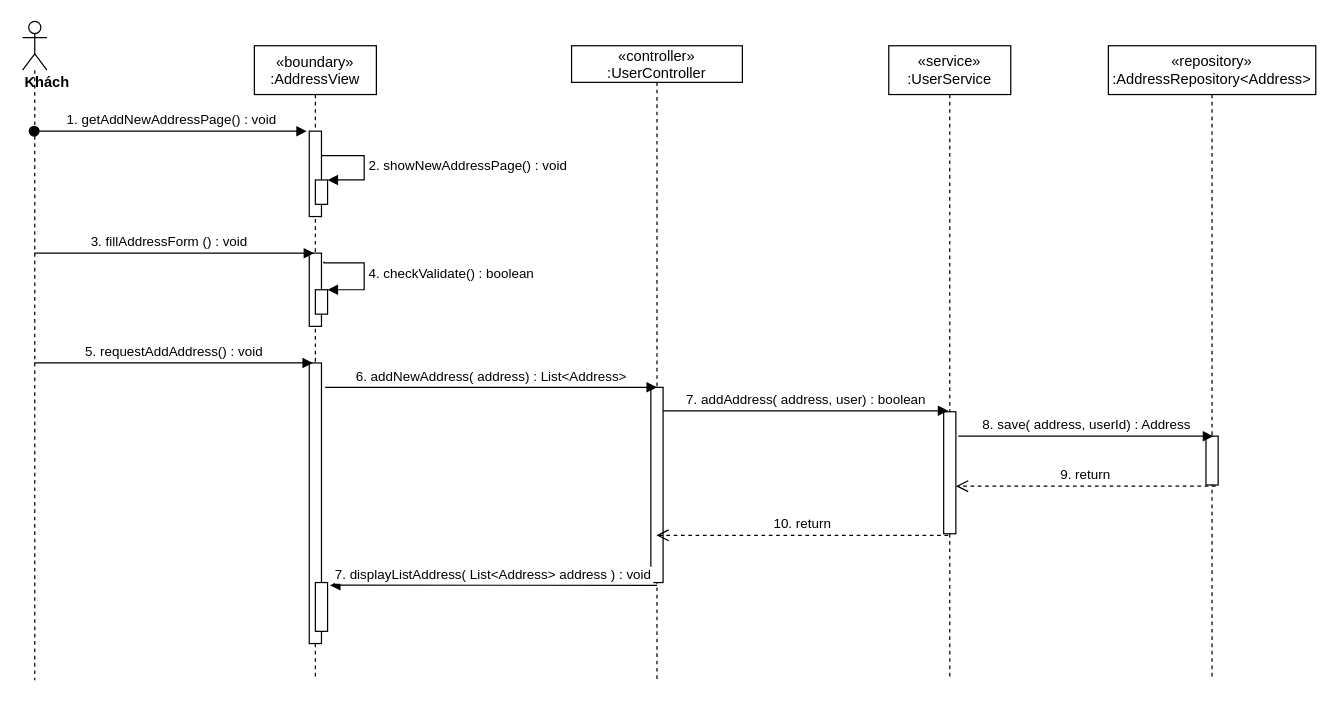
Earlier version of the draw.io diagram sequence diagram/add-new-address-sequence.drawio (nguyenphamvan/datn_20202). Source tidied: cells renumbered, new cells numbered last; positions are measured from the earlier drawing's top-left corner, leaving out a move shared by most shapes. Both pictures are drawn from the tidied source at 122%, with x=0, y=0 at pixel (22, 21).
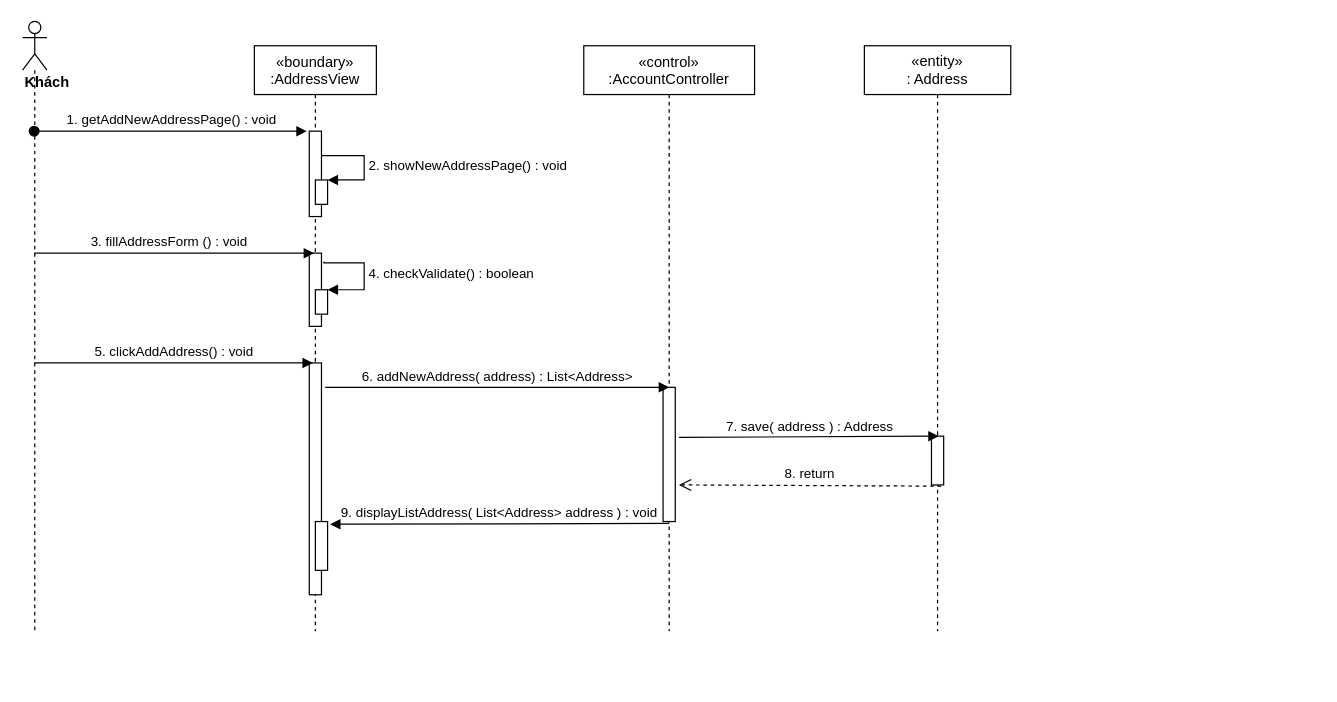
The same diagram, later.

The edit, as a diff of the source:
```diff
@@
     <mxCell id="2" value="«boundary»&#10;:AddressView" style="shape=umlLifeline;perimeter=lifelinePerimeter;rounded=0;shadow=0;strokeWidth=1;" parent="1" vertex="1">
-      <mxGeometry x="190" y="20" width="100" height="520" as="geometry" />
+      <mxGeometry x="190" y="20" width="100" height="480" as="geometry" />
     </mxCell>
@@
     <mxCell id="9" style="html=1;points=[];perimeter=orthogonalPerimeter;" parent="2" vertex="1">
-      <mxGeometry x="45" y="260" width="10" height="230" as="geometry" />
+      <mxGeometry x="45" y="260" width="10" height="190" as="geometry" />
     </mxCell>
     <mxCell id="10" style="html=1;points=[];perimeter=orthogonalPerimeter;" parent="2" vertex="1">
-      <mxGeometry x="50" y="440" width="10" height="40" as="geometry" />
+      <mxGeometry x="50" y="390" width="10" height="40" as="geometry" />
     </mxCell>
-    <mxCell id="11" value="«controller»&#10;:UserController" style="shape=umlLifeline;perimeter=lifelinePerimeter;rounded=0;shadow=0;strokeWidth=1;size=30;" parent="1" vertex="1">
-      <mxGeometry x="450" y="20" width="140" height="520" as="geometry" />
+    <mxCell id="11" value="«control»&#10;:AccountController" style="shape=umlLifeline;perimeter=lifelinePerimeter;rounded=0;shadow=0;strokeWidth=1;size=40;" parent="1" vertex="1">
+      <mxGeometry x="460" y="20" width="140" height="480" as="geometry" />
     </mxCell>
     <mxCell id="12" style="points=[];perimeter=orthogonalPerimeter;rounded=0;shadow=0;strokeWidth=1;" parent="11" vertex="1">
-      <mxGeometry x="65" y="280" width="10" height="160" as="geometry" />
+      <mxGeometry x="65" y="280" width="10" height="110" as="geometry" />
     </mxCell>
     <mxCell id="13" value="&lt;div&gt;&lt;b&gt;Khách&lt;/b&gt;&lt;/div&gt;" style="shape=umlLifeline;participant=umlActor;perimeter=lifelinePerimeter;whiteSpace=wrap;html=1;verticalAlign=top;spacingTop=36;outlineConnect=0;align=left;" parent="1" vertex="1">
-      <mxGeometry width="20" height="540" as="geometry" />
+      <mxGeometry width="20" height="500" as="geometry" />
     </mxCell>
-    <mxCell id="14" value="&lt;span&gt;«service»&lt;br&gt;&lt;/span&gt;:UserService" style="shape=umlLifeline;perimeter=lifelinePerimeter;whiteSpace=wrap;html=1;" parent="1" vertex="1">
-      <mxGeometry x="710" y="20" width="100" height="520" as="geometry" />
-    </mxCell>
-    <mxCell id="15" style="points=[];perimeter=orthogonalPerimeter;rounded=0;shadow=0;strokeWidth=1;" parent="14" vertex="1">
-      <mxGeometry x="45" y="300" width="10" height="100" as="geometry" />
-    </mxCell>
@@
-    <mxCell id="18" value="5. requestAddAddress() : void" style="html=1;verticalAlign=bottom;endArrow=block;entryX=0.3;entryY=0;entryDx=0;entryDy=0;entryPerimeter=0;" parent="1" edge="1" source="13" target="9">
+    <mxCell id="18" value="5. clickAddAddress() : void" style="html=1;verticalAlign=bottom;endArrow=block;entryX=0.3;entryY=0;entryDx=0;entryDy=0;entryPerimeter=0;" parent="1" edge="1" source="13" target="9">
       <mxGeometry relative="1" as="geometry" />
     </mxCell>
@@
-    <mxCell id="20" value="&lt;span&gt;«repository»&lt;br&gt;&lt;/span&gt;:AddressRepository&amp;lt;Address&amp;gt;" style="shape=umlLifeline;perimeter=lifelinePerimeter;whiteSpace=wrap;html=1;" parent="1" vertex="1">
-      <mxGeometry x="890" y="20" width="170" height="520" as="geometry" />
+    <mxCell id="20" value="&lt;span&gt;«entity»&lt;br&gt;&lt;/span&gt;: Address" style="shape=umlLifeline;perimeter=lifelinePerimeter;whiteSpace=wrap;html=1;" parent="1" vertex="1">
+      <mxGeometry x="690" y="20" width="120" height="480" as="geometry" />
     </mxCell>
     <mxCell id="21" style="points=[];perimeter=orthogonalPerimeter;rounded=0;shadow=0;strokeWidth=1;" parent="20" vertex="1">
-      <mxGeometry x="80" y="320" width="10" height="40" as="geometry" />
+      <mxGeometry x="55" y="320" width="10" height="40" as="geometry" />
     </mxCell>
-    <mxCell id="22" value="7. addAddress( address, user) : boolean" style="html=1;verticalAlign=bottom;endArrow=block;entryX=0.38;entryY=-0.008;entryDx=0;entryDy=0;entryPerimeter=0;" parent="1" edge="1" source="12" target="15">
-      <mxGeometry relative="1" as="geometry" />
-    </mxCell>
-    <mxCell id="23" value="10. return" style="html=1;verticalAlign=bottom;endArrow=open;dashed=1;endSize=8;exitX=0.367;exitY=1.013;exitDx=0;exitDy=0;exitPerimeter=0;" parent="1" edge="1" source="15" target="11">
-      <mxGeometry relative="1" as="geometry" />
-    </mxCell>
-    <mxCell id="24" value="8. save( address, userId) : Address" style="html=1;verticalAlign=bottom;endArrow=block;entryX=0.6;entryY=0;entryDx=0;entryDy=0;entryPerimeter=0;" parent="1" edge="1" target="21">
-      <mxGeometry relative="1" as="geometry">
-        <mxPoint x="767" y="340" as="sourcePoint" />
-      </mxGeometry>
+    <mxCell id="24" value="7. save( address ) : Address" style="html=1;verticalAlign=bottom;endArrow=block;entryX=0.6;entryY=0;entryDx=0;entryDy=0;entryPerimeter=0;exitX=1.3;exitY=0.373;exitDx=0;exitDy=0;exitPerimeter=0;" parent="1" edge="1" source="12" target="21">
+      <mxGeometry relative="1" as="geometry" />
     </mxCell>
-    <mxCell id="25" value="9. return" style="html=1;verticalAlign=bottom;endArrow=open;dashed=1;endSize=8;exitX=0.8;exitY=1.025;exitDx=0;exitDy=0;exitPerimeter=0;" parent="1" edge="1" source="21" target="15">
+    <mxCell id="25" value="8. return" style="html=1;verticalAlign=bottom;endArrow=open;dashed=1;endSize=8;exitX=0.8;exitY=1.025;exitDx=0;exitDy=0;exitPerimeter=0;entryX=1.3;entryY=0.727;entryDx=0;entryDy=0;entryPerimeter=0;" parent="1" edge="1" source="21" target="12">
       <mxGeometry relative="1" as="geometry" />
     </mxCell>
-    <mxCell id="26" value="7. displayListAddress( List&lt;Address&gt; address ) : void" style="verticalAlign=bottom;endArrow=block;shadow=0;strokeWidth=1;entryX=1.2;entryY=0.055;entryDx=0;entryDy=0;entryPerimeter=0;exitX=0.5;exitY=1.014;exitDx=0;exitDy=0;exitPerimeter=0;" parent="1" edge="1" source="12" target="10">
+    <mxCell id="26" value="9. displayListAddress( List&lt;Address&gt; address ) : void" style="verticalAlign=bottom;endArrow=block;shadow=0;strokeWidth=1;entryX=1.2;entryY=0.055;entryDx=0;entryDy=0;entryPerimeter=0;exitX=0.5;exitY=1.014;exitDx=0;exitDy=0;exitPerimeter=0;" parent="1" edge="1" source="12" target="10">
       <mxGeometry relative="1" as="geometry" />
     </mxCell>
```
